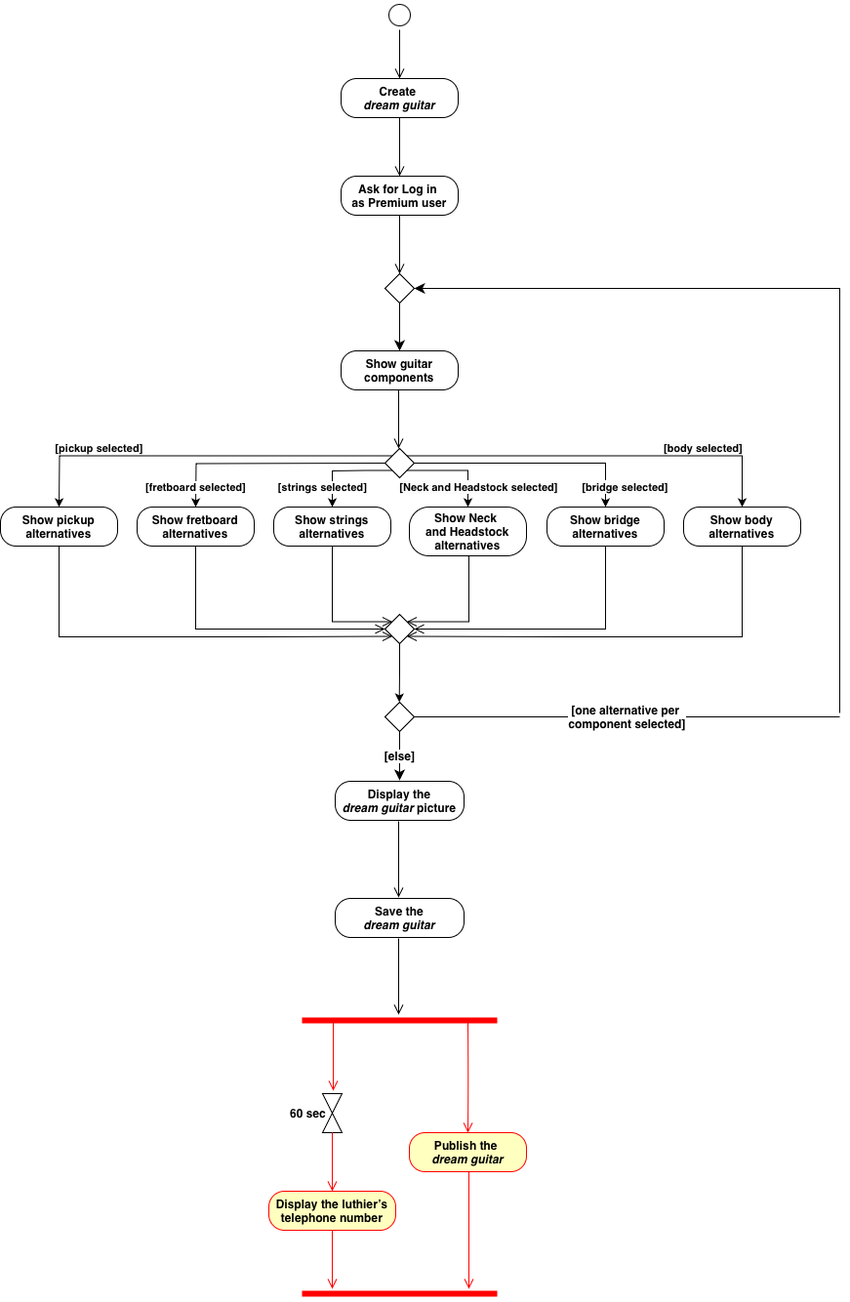
This is ActivityDiagramT.drawio.png from TizianoLilli/ISPW-Project, a draw.io export, as it was before one commit. Source tidied: cells renumbered, new cells last; positions are measured from the earlier drawing's top-left corner, leaving out a move shared by most shapes.
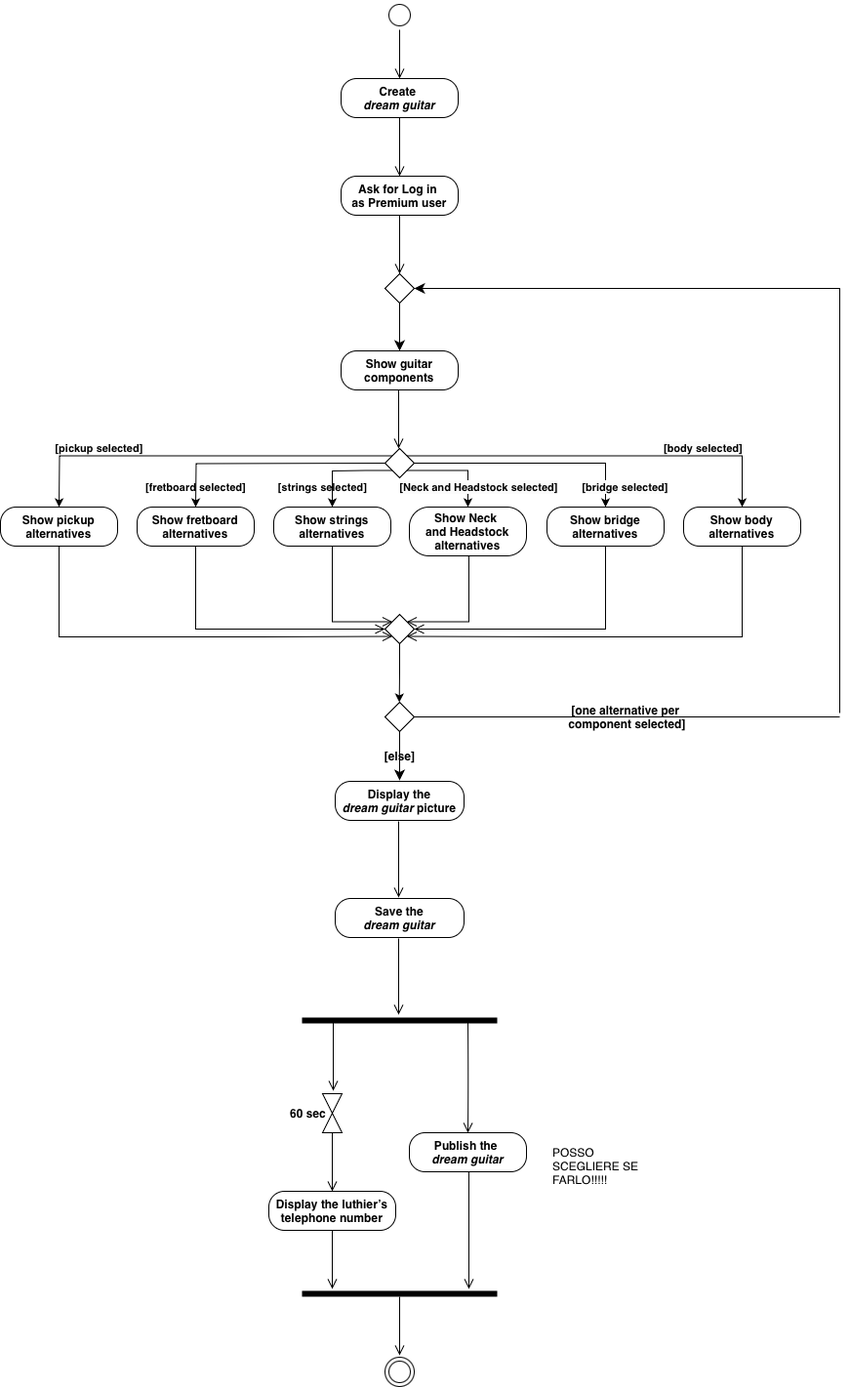
The same file after the commit.

What changed in the source:
```diff
@@ -41,13 +41,13 @@
         <mxPoint x="408" y="459" as="targetPoint" />
       </mxGeometry>
     </mxCell>
-    <mxCell id="10" value="&lt;b style=&quot;&quot;&gt;[fretboard selected]&lt;/b&gt;" style="edgeStyle=orthogonalEdgeStyle;rounded=0;orthogonalLoop=1;jettySize=auto;html=1;exitX=0;exitY=0.5;exitDx=0;exitDy=0;entryX=0.5;entryY=0;entryDx=0;entryDy=0;labelBackgroundColor=default;fontColor=default;labelBorderColor=none;" parent="1" edge="1">
+    <mxCell id="10" value="&lt;b style=&quot;&quot;&gt;[fretboard selected]&lt;/b&gt;" style="edgeStyle=orthogonalEdgeStyle;rounded=0;orthogonalLoop=1;jettySize=auto;html=1;exitX=0;exitY=0.5;exitDx=0;exitDy=0;entryX=0.5;entryY=0;entryDx=0;entryDy=0;labelBackgroundColor=none;fontColor=default;labelBorderColor=none;" parent="1" edge="1">
       <mxGeometry x="0.83" relative="1" as="geometry">
         <mxPoint x="394" y="474" as="sourcePoint" />
         <mxPoint x="200" y="519" as="targetPoint" />
       </mxGeometry>
     </mxCell>
-    <mxCell id="11" value="&lt;b style=&quot;&quot;&gt;[strings selected]&lt;/b&gt;" style="edgeStyle=orthogonalEdgeStyle;rounded=0;jettySize=auto;html=1;exitX=0;exitY=1;exitDx=0;exitDy=0;entryX=0.5;entryY=0;entryDx=0;entryDy=0;labelBackgroundColor=default;fontColor=default;" parent="1" edge="1" source="16" target="25">
+    <mxCell id="11" value="&lt;b style=&quot;&quot;&gt;[strings selected]&lt;/b&gt;" style="edgeStyle=orthogonalEdgeStyle;rounded=0;jettySize=auto;html=1;exitX=0;exitY=1;exitDx=0;exitDy=0;entryX=0.5;entryY=0;entryDx=0;entryDy=0;labelBackgroundColor=none;fontColor=default;" parent="1" edge="1" source="16" target="25">
       <mxGeometry x="0.59" y="-10" relative="1" as="geometry">
         <Array as="points">
           <mxPoint x="374" y="482" />
@@ -148,12 +148,12 @@
     <mxCell id="30" style="rhombus;whiteSpace=wrap;html=1;labelBackgroundColor=none;" parent="1" vertex="1">
       <mxGeometry x="394" y="629" width="30" height="30" as="geometry" />
     </mxCell>
-    <mxCell id="31" value="[else]" style="edgeStyle=none;curved=1;rounded=0;jettySize=auto;html=1;exitX=0.5;exitY=1;exitDx=0;exitDy=0;fontSize=12;startSize=8;endSize=8;fontStyle=1;labelBackgroundColor=default;fontColor=default;" parent="1" edge="1" source="33">
+    <mxCell id="31" value="[else]" style="edgeStyle=none;curved=1;rounded=0;jettySize=auto;html=1;exitX=0.5;exitY=1;exitDx=0;exitDy=0;fontSize=12;startSize=8;endSize=8;fontStyle=1;labelBackgroundColor=none;fontColor=default;" parent="1" edge="1" source="33">
       <mxGeometry relative="1" as="geometry">
         <mxPoint x="409" y="799" as="targetPoint" />
       </mxGeometry>
     </mxCell>
-    <mxCell id="32" value="[one alternative per&amp;nbsp;&lt;div&gt;component selected]&lt;/div&gt;" style="edgeStyle=none;curved=1;rounded=0;orthogonalLoop=1;jettySize=auto;html=1;exitX=1;exitY=0.5;exitDx=0;exitDy=0;fontSize=12;startSize=8;endSize=8;fontStyle=1;endArrow=none;endFill=0;labelBackgroundColor=default;fontColor=default;" parent="1" edge="1">
+    <mxCell id="32" value="[one alternative per&amp;nbsp;&lt;div&gt;component selected]&lt;/div&gt;" style="edgeStyle=none;curved=1;rounded=0;orthogonalLoop=1;jettySize=auto;html=1;exitX=1;exitY=0.5;exitDx=0;exitDy=0;fontSize=12;startSize=8;endSize=8;fontStyle=1;endArrow=none;endFill=0;labelBackgroundColor=none;fontColor=default;" parent="1" edge="1">
       <mxGeometry relative="1" as="geometry">
         <mxPoint x="424" y="734" as="sourcePoint" />
         <mxPoint x="860" y="734" as="targetPoint" />
@@ -202,48 +202,64 @@
         </Array>
       </mxGeometry>
     </mxCell>
-    <mxCell id="41" style="shape=line;html=1;strokeWidth=6;strokeColor=#ff0000;" parent="1" vertex="1">
+    <mxCell id="41" style="shape=line;html=1;strokeWidth=6;labelBackgroundColor=none;" parent="1" vertex="1">
       <mxGeometry x="309" y="1040" width="200" height="10" as="geometry" />
     </mxCell>
-    <mxCell id="42" style="edgeStyle=orthogonalEdgeStyle;html=1;verticalAlign=bottom;endArrow=open;endSize=8;strokeColor=#ff0000;rounded=0;fontSize=12;curved=1;" parent="1" edge="1">
+    <mxCell id="42" style="edgeStyle=orthogonalEdgeStyle;html=1;verticalAlign=bottom;endArrow=open;endSize=8;rounded=0;fontSize=12;curved=1;labelBackgroundColor=none;fontColor=default;" parent="1" edge="1">
       <mxGeometry relative="1" as="geometry">
         <mxPoint x="341" y="1047" as="sourcePoint" />
         <mxPoint x="341" y="1117" as="targetPoint" />
       </mxGeometry>
     </mxCell>
-    <mxCell id="43" style="edgeStyle=orthogonalEdgeStyle;html=1;verticalAlign=bottom;endArrow=open;endSize=8;strokeColor=#ff0000;rounded=0;fontSize=12;curved=1;entryX=0.5;entryY=0;entryDx=0;entryDy=0;" parent="1" edge="1" target="45">
+    <mxCell id="43" style="edgeStyle=orthogonalEdgeStyle;html=1;verticalAlign=bottom;endArrow=open;endSize=8;rounded=0;fontSize=12;curved=1;entryX=0.5;entryY=0;entryDx=0;entryDy=0;labelBackgroundColor=none;fontColor=default;" parent="1" edge="1" target="45">
       <mxGeometry relative="1" as="geometry">
         <mxPoint x="479" y="1047" as="sourcePoint" />
       </mxGeometry>
     </mxCell>
-    <mxCell id="44" value="&lt;b&gt;60 sec&lt;/b&gt;" style="shape=collate;html=1;spacingLeft=-50;" parent="1" vertex="1">
+    <mxCell id="44" value="&lt;b&gt;60 sec&lt;/b&gt;" style="shape=collate;html=1;spacingLeft=-50;labelBackgroundColor=none;" parent="1" vertex="1">
       <mxGeometry x="330" y="1120" width="20" height="40" as="geometry" />
     </mxCell>
-    <mxCell id="45" value="&lt;b&gt;Publish the&amp;nbsp;&lt;/b&gt;&lt;div&gt;&lt;b&gt;&lt;i&gt;dream guitar&lt;/i&gt;&lt;/b&gt;&lt;/div&gt;" style="rounded=1;whiteSpace=wrap;html=1;arcSize=40;fontColor=#000000;fillColor=#ffffc0;strokeColor=#ff0000;" parent="1" vertex="1">
+    <mxCell id="45" value="&lt;b&gt;Publish the&amp;nbsp;&lt;/b&gt;&lt;div&gt;&lt;b&gt;&lt;i&gt;dream guitar&lt;/i&gt;&lt;/b&gt;&lt;/div&gt;" style="rounded=1;whiteSpace=wrap;html=1;arcSize=40;labelBackgroundColor=none;" parent="1" vertex="1">
       <mxGeometry x="419" y="1160" width="120" height="40" as="geometry" />
     </mxCell>
-    <mxCell id="46" style="edgeStyle=orthogonalEdgeStyle;html=1;verticalAlign=bottom;endArrow=open;endSize=8;strokeColor=#ff0000;rounded=0;fontSize=12;curved=1;" parent="1" edge="1">
+    <mxCell id="46" style="edgeStyle=orthogonalEdgeStyle;html=1;verticalAlign=bottom;endArrow=open;endSize=8;rounded=0;fontSize=12;curved=1;labelBackgroundColor=none;fontColor=default;" parent="1" edge="1">
       <mxGeometry relative="1" as="geometry">
         <mxPoint x="480" y="1200" as="sourcePoint" />
         <mxPoint x="480" y="1320" as="targetPoint" />
       </mxGeometry>
     </mxCell>
-    <mxCell id="47" style="edgeStyle=orthogonalEdgeStyle;html=1;verticalAlign=bottom;endArrow=open;endSize=8;strokeColor=#ff0000;rounded=0;fontSize=12;curved=1;" parent="1" edge="1">
+    <mxCell id="47" style="edgeStyle=orthogonalEdgeStyle;html=1;verticalAlign=bottom;endArrow=open;endSize=8;rounded=0;fontSize=12;curved=1;labelBackgroundColor=none;fontColor=default;" parent="1" edge="1">
       <mxGeometry relative="1" as="geometry">
         <mxPoint x="340" y="1160" as="sourcePoint" />
         <mxPoint x="340" y="1220" as="targetPoint" />
       </mxGeometry>
     </mxCell>
-    <mxCell id="48" value="&lt;b&gt;Display the luthier’s telephone number&lt;/b&gt;" style="rounded=1;whiteSpace=wrap;html=1;arcSize=40;fontColor=#000000;fillColor=#ffffc0;strokeColor=#ff0000;" parent="1" vertex="1">
+    <mxCell id="48" value="&lt;b&gt;Display the luthier’s telephone number&lt;/b&gt;" style="rounded=1;whiteSpace=wrap;html=1;arcSize=40;labelBackgroundColor=none;" parent="1" vertex="1">
       <mxGeometry x="275" y="1220" width="130" height="40" as="geometry" />
     </mxCell>
-    <mxCell id="49" style="edgeStyle=orthogonalEdgeStyle;html=1;verticalAlign=bottom;endArrow=open;endSize=8;strokeColor=#ff0000;rounded=0;fontSize=12;curved=1;" parent="1" edge="1" source="48">
+    <mxCell id="49" style="edgeStyle=orthogonalEdgeStyle;html=1;verticalAlign=bottom;endArrow=open;endSize=8;rounded=0;fontSize=12;curved=1;labelBackgroundColor=none;fontColor=default;" parent="1" edge="1" source="48">
       <mxGeometry relative="1" as="geometry">
         <mxPoint x="340" y="1320" as="targetPoint" />
       </mxGeometry>
     </mxCell>
-    <mxCell id="50" style="shape=line;html=1;strokeWidth=6;strokeColor=#ff0000;" parent="1" vertex="1">
+    <mxCell id="50" style="shape=line;html=1;strokeWidth=6;labelBackgroundColor=none;" parent="1" vertex="1">
       <mxGeometry x="309" y="1320" width="200" height="10" as="geometry" />
     </mxCell>
+    <mxCell id="51" value="POSSO SCEGLIERE SE FARLO!!!!!" style="text;strokeColor=none;fillColor=none;align=left;verticalAlign=top;spacingLeft=4;spacingRight=4;overflow=hidden;whiteSpace=wrap;html=1;labelBackgroundColor=none;" parent="1" vertex="1">
+      <mxGeometry x="560" y="1167" width="100" height="53" as="geometry" />
+    </mxCell>
+    <mxCell id="52" style="ellipse;html=1;shape=endState;labelBackgroundColor=none;" parent="1" vertex="1">
+      <mxGeometry x="394" y="1390" width="30" height="30" as="geometry" />
+    </mxCell>
+    <mxCell id="53" style="edgeStyle=orthogonalEdgeStyle;html=1;verticalAlign=bottom;endArrow=open;endSize=8;rounded=0;fontSize=12;curved=1;labelBackgroundColor=none;fontColor=default;" parent="1" edge="1">
+      <mxGeometry relative="1" as="geometry">
+        <mxPoint x="409" y="1328" as="sourcePoint" />
+        <mxPoint x="409" y="1388" as="targetPoint" />
+        <Array as="points">
+          <mxPoint x="409" y="1360" />
+          <mxPoint x="409" y="1360" />
+        </Array>
+      </mxGeometry>
+    </mxCell>
   </root>
 </mxGraphModel>
```
